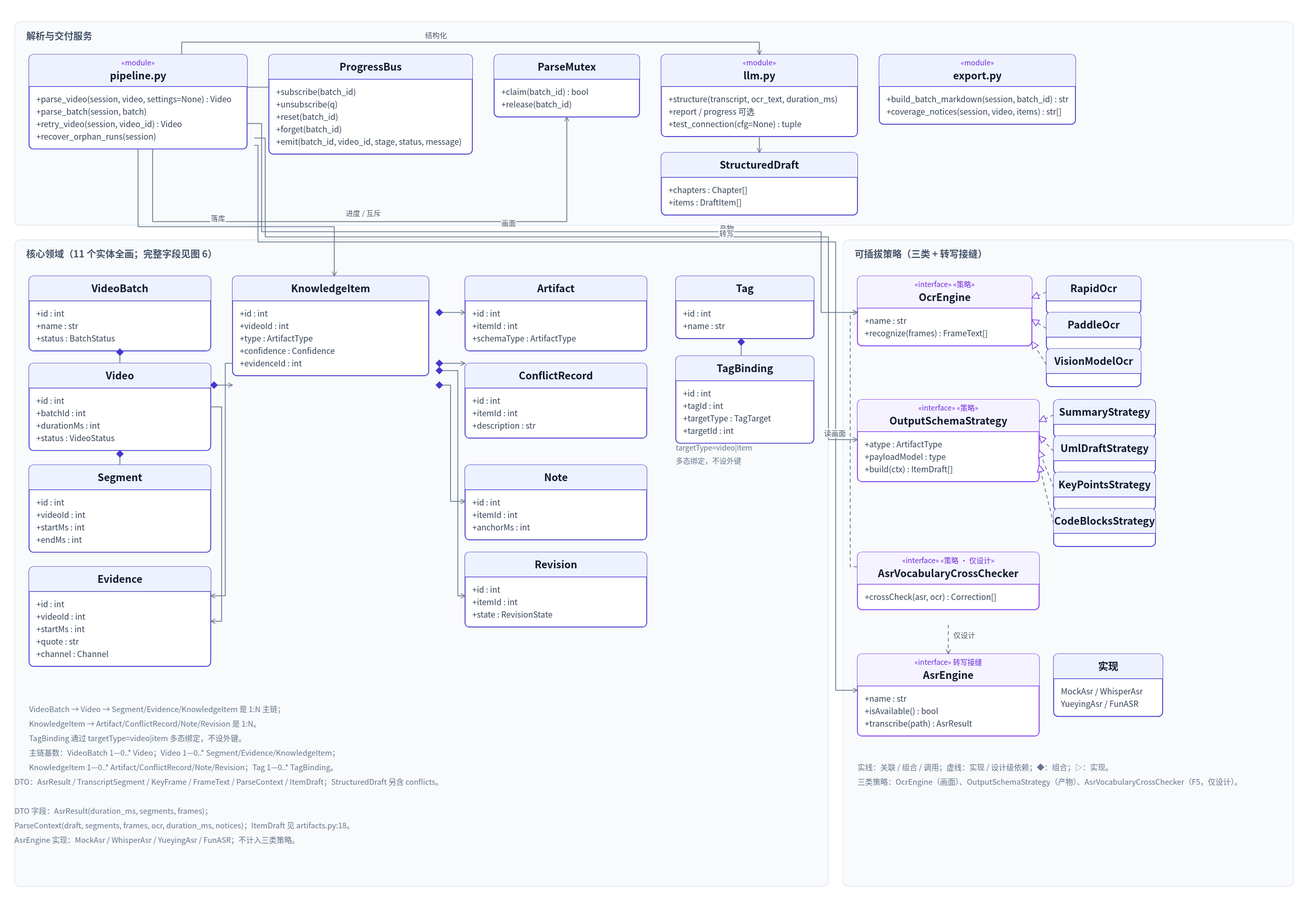
Before: docs/figures/svg/fig5-class.svg, a diagram exported from PlantUML (cheng200606/videomind). Its source is kept beside it as docs/figures/src/fig5-class.puml.
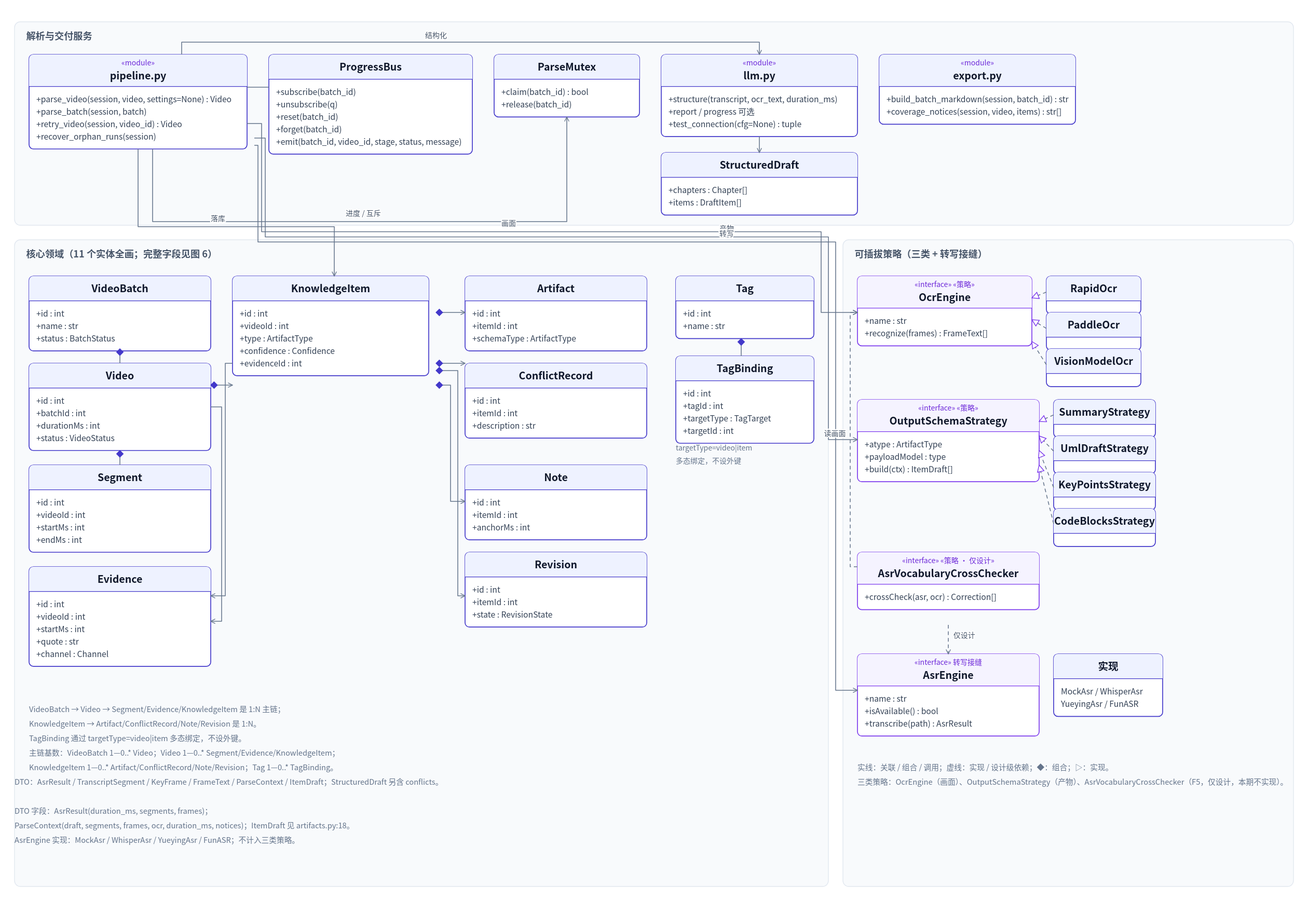
The same diagram one commit later.

Commit message:
docs(design): 图5 图注补「本期不实现」明示 AsrVocabularyCrossChecker 未落地

按 2026-11-21 组长要求：图注与 PlantUML 注释同步改为「仅设计，本期不实现」；SVG 由 fig5-class.py 重新生成，不手改。仅文档改动，不动代码。

Change to the diagram source:
```diff
@@ -180,7 +180,7 @@
   YueyingAsr / FunAsr
 end note
 note bottom of AsrVocabularyCrossChecker
-  课程版仅设计，未实现
+  课程版仅设计，本期不实现
 end note
 note bottom of pipeline
   DTO：AsrResult / TranscriptSegment /
```
